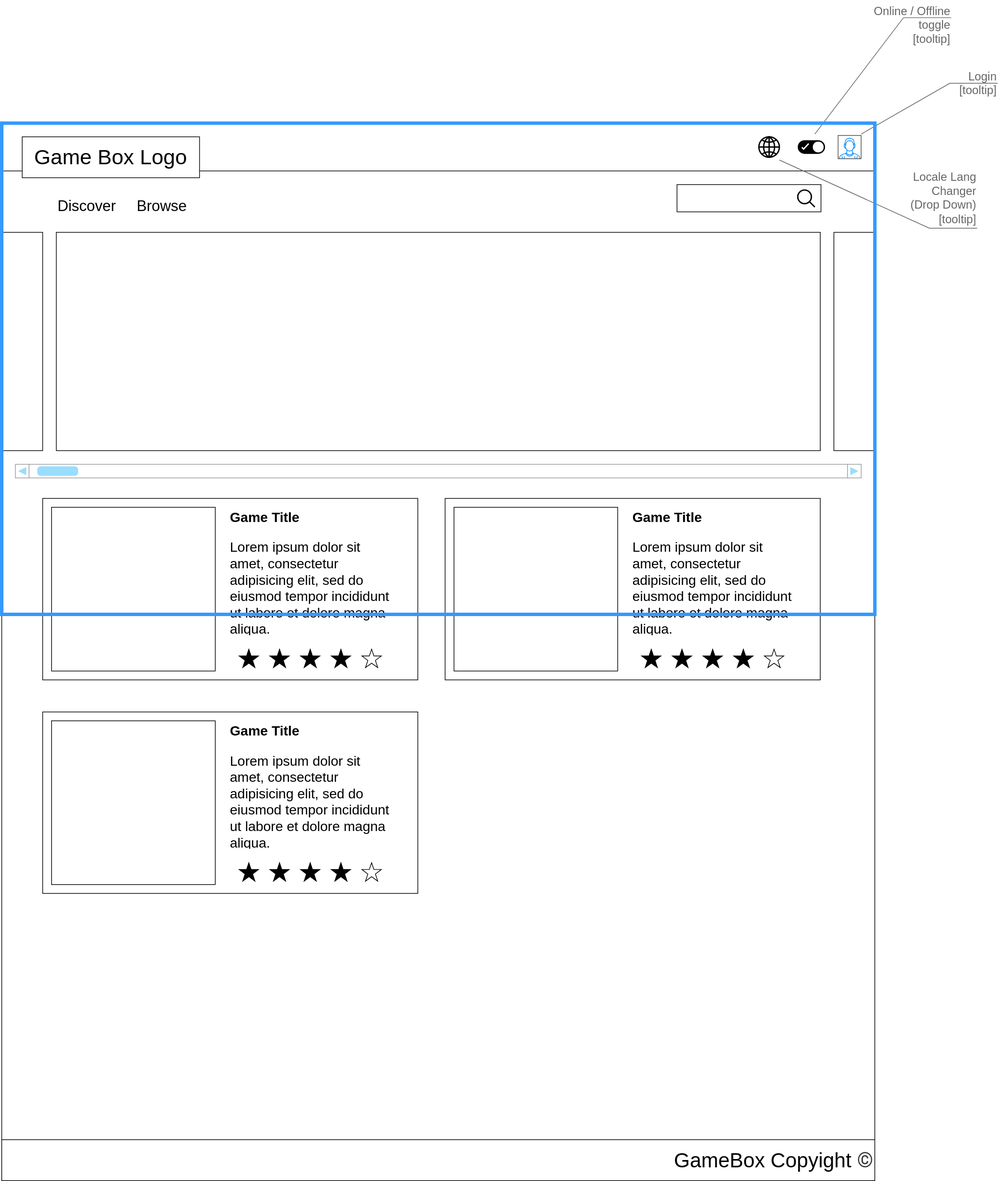
Above: homeDesktopUI.svg in vsaiprakash/gamebox-app-docs (draw.io), before the change. Source tidied: cells renumbered, new cells last; positions are measured from the earlier drawing's top-left corner, leaving out a move shared by most shapes.
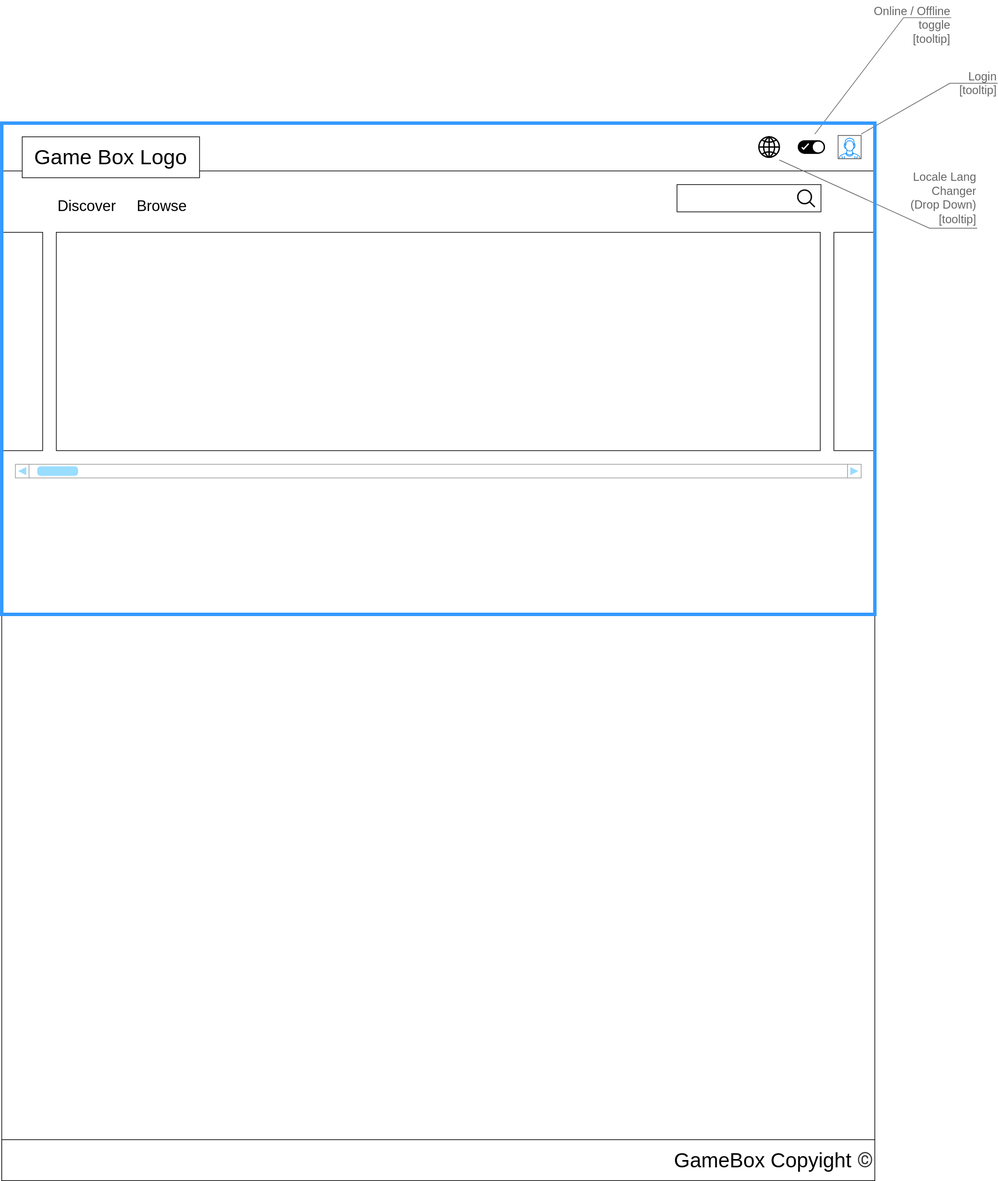
Above is the later version.

The edit, as a diff of the source:
```diff
@@ -63,42 +63,6 @@
     <mxCell id="20" style="verticalLabelPosition=bottom;shadow=0;dashed=0;align=center;html=1;verticalAlign=top;strokeWidth=1;shape=mxgraph.mockup.navigation.scrollBar;strokeColor=#999999;barPos=1.053;fillColor2=#99ddff;strokeColor2=none;sketch=0;fillColor=none;fontColor=#000000;" parent="1" vertex="1">
       <mxGeometry x="20" y="680" width="1240" height="20" as="geometry" />
     </mxCell>
-    <mxCell id="21" style="rounded=0;whiteSpace=wrap;html=1;strokeWidth=1;" parent="1" vertex="1">
-      <mxGeometry x="60" y="730" width="550" height="266" as="geometry" />
-    </mxCell>
-    <mxCell id="22" style="whiteSpace=wrap;html=1;strokeColor=#000000;strokeWidth=1;" parent="1" vertex="1">
-      <mxGeometry x="73" y="743" width="240" height="240" as="geometry" />
-    </mxCell>
-    <mxCell id="23" style="verticalLabelPosition=bottom;shadow=0;dashed=0;align=center;html=1;verticalAlign=top;strokeWidth=1;shape=mxgraph.mockup.misc.rating;emptyFillColor=#ffffff;grade=4;ratingScale=5;ratingStyle=star;fillColor=#000000;" parent="1" vertex="1">
-      <mxGeometry x="348" y="951" width="225" height="30" as="geometry" />
-    </mxCell>
-    <mxCell id="24" value="&lt;h1 style=&quot;font-size: 20px;&quot;&gt;&lt;font style=&quot;font-size: 20px;&quot;&gt;Game Title&lt;/font&gt;&lt;/h1&gt;&lt;p style=&quot;font-size: 20px;&quot;&gt;&lt;font style=&quot;font-size: 20px;&quot;&gt;Lorem ipsum dolor sit amet, consectetur adipisicing elit, sed do eiusmod tempor incididunt ut labore et dolore magna aliqua.&lt;/font&gt;&lt;/p&gt;" style="text;html=1;strokeColor=none;fillColor=none;spacing=5;spacingTop=-20;whiteSpace=wrap;overflow=hidden;rounded=0;fontSize=20;" parent="1" vertex="1">
-      <mxGeometry x="330" y="743" width="250" height="188" as="geometry" />
-    </mxCell>
-    <mxCell id="25" style="rounded=0;whiteSpace=wrap;html=1;strokeWidth=1;" parent="1" vertex="1">
-      <mxGeometry x="650" y="730" width="550" height="266" as="geometry" />
-    </mxCell>
-    <mxCell id="26" style="whiteSpace=wrap;html=1;strokeColor=#000000;strokeWidth=1;" parent="1" vertex="1">
-      <mxGeometry x="663" y="743" width="240" height="240" as="geometry" />
-    </mxCell>
-    <mxCell id="27" style="verticalLabelPosition=bottom;shadow=0;dashed=0;align=center;html=1;verticalAlign=top;strokeWidth=1;shape=mxgraph.mockup.misc.rating;emptyFillColor=#ffffff;grade=4;ratingScale=5;ratingStyle=star;fillColor=#000000;" parent="1" vertex="1">
-      <mxGeometry x="938" y="951" width="225" height="30" as="geometry" />
-    </mxCell>
-    <mxCell id="28" value="&lt;h1 style=&quot;font-size: 20px;&quot;&gt;&lt;font style=&quot;font-size: 20px;&quot;&gt;Game Title&lt;/font&gt;&lt;/h1&gt;&lt;p style=&quot;font-size: 20px;&quot;&gt;&lt;font style=&quot;font-size: 20px;&quot;&gt;Lorem ipsum dolor sit amet, consectetur adipisicing elit, sed do eiusmod tempor incididunt ut labore et dolore magna aliqua.&lt;/font&gt;&lt;/p&gt;" style="text;html=1;strokeColor=none;fillColor=none;spacing=5;spacingTop=-20;whiteSpace=wrap;overflow=hidden;rounded=0;fontSize=20;" parent="1" vertex="1">
-      <mxGeometry x="920" y="743" width="250" height="188" as="geometry" />
-    </mxCell>
-    <mxCell id="29" style="rounded=0;whiteSpace=wrap;html=1;strokeWidth=1;" parent="1" vertex="1">
-      <mxGeometry x="60" y="1043" width="550" height="266" as="geometry" />
-    </mxCell>
-    <mxCell id="30" style="whiteSpace=wrap;html=1;strokeColor=#000000;strokeWidth=1;" parent="1" vertex="1">
-      <mxGeometry x="73" y="1056" width="240" height="240" as="geometry" />
-    </mxCell>
-    <mxCell id="31" style="verticalLabelPosition=bottom;shadow=0;dashed=0;align=center;html=1;verticalAlign=top;strokeWidth=1;shape=mxgraph.mockup.misc.rating;emptyFillColor=#ffffff;grade=4;ratingScale=5;ratingStyle=star;fillColor=#000000;" parent="1" vertex="1">
-      <mxGeometry x="348" y="1264" width="225" height="30" as="geometry" />
-    </mxCell>
-    <mxCell id="32" value="&lt;h1 style=&quot;font-size: 20px;&quot;&gt;&lt;font style=&quot;font-size: 20px;&quot;&gt;Game Title&lt;/font&gt;&lt;/h1&gt;&lt;p style=&quot;font-size: 20px;&quot;&gt;&lt;font style=&quot;font-size: 20px;&quot;&gt;Lorem ipsum dolor sit amet, consectetur adipisicing elit, sed do eiusmod tempor incididunt ut labore et dolore magna aliqua.&lt;/font&gt;&lt;/p&gt;" style="text;html=1;strokeColor=none;fillColor=none;spacing=5;spacingTop=-20;whiteSpace=wrap;overflow=hidden;rounded=0;fontSize=20;" parent="1" vertex="1">
-      <mxGeometry x="330" y="1056" width="250" height="188" as="geometry" />
-    </mxCell>
     <mxCell id="33" value="&lt;div style=&quot;font-size: 30px&quot;&gt;&lt;span&gt;GameBox Copyight&amp;nbsp;&lt;/span&gt;&lt;span style=&quot;color: rgb(55 , 54 , 55) ; font-family: &amp;#34;source sans pro&amp;#34; , &amp;#34;roboto&amp;#34; , &amp;#34;san francisco&amp;#34; , &amp;#34;segoe ui&amp;#34; , sans-serif&quot;&gt;©&lt;/span&gt;&lt;/div&gt;" style="rounded=0;whiteSpace=wrap;html=1;align=right;" parent="1" vertex="1">
       <mxGeometry y="1670" width="1280" height="60" as="geometry" />
     </mxCell>
```
